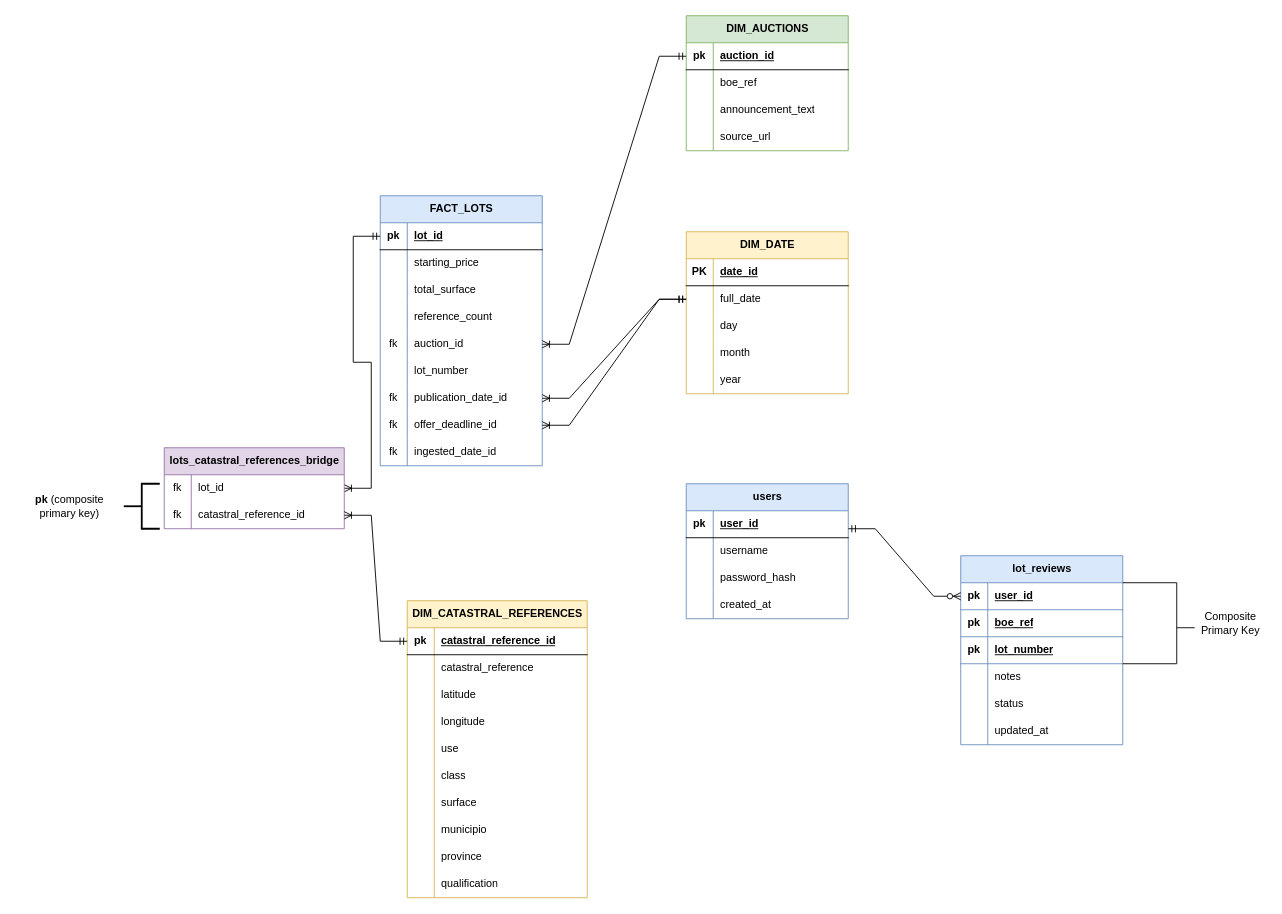
The draw.io diagram data_modeling/OLAP/3.gold/E-R.drawio in MiguelDonado/subastas_analytics, before the edit. Source tidied: cells renumbered, new cells numbered last; positions are measured from the earlier drawing's top-left corner, leaving out a move shared by most shapes. Both pictures are drawn from the tidied source at 90%, with x=0, y=0 at pixel (15, 15).
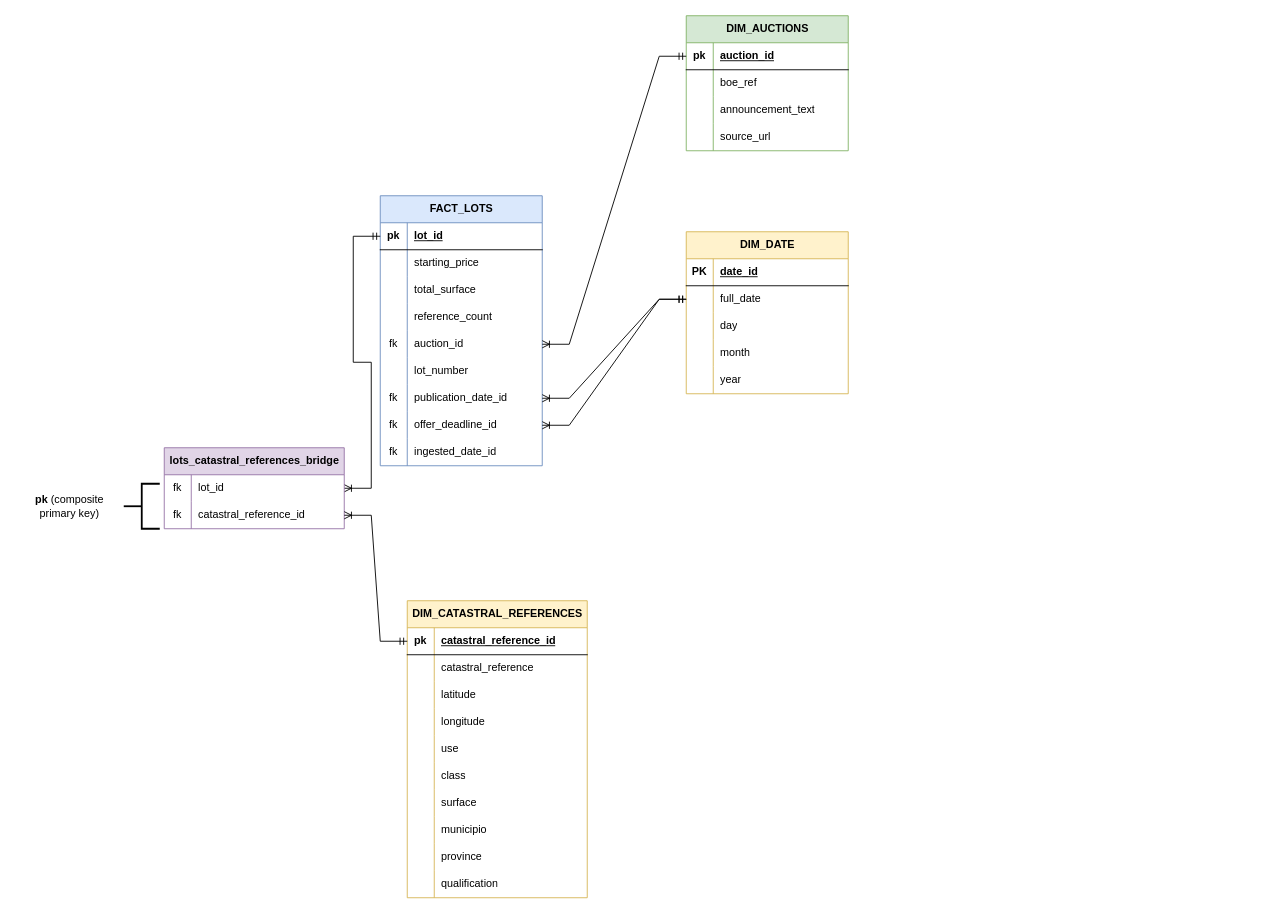
Above is the later version.

Diff of the diagram source:
```diff
@@
-    <mxCell id="104" value="users" style="shape=table;startSize=30;childLayout=tableLayout;rowLines=0;fontStyle=1;align=center;html=1;fillColor=#dae8fc;strokeColor=#6c8ebf;" parent="1" vertex="1">
-      <mxGeometry x="745" y="520" width="180" height="150" as="geometry" />
-    </mxCell>
-    <mxCell id="105" style="shape=tableRow;horizontal=0;startSize=0;swimlaneHead=0;swimlaneBody=0;fillColor=none;top=0;left=0;right=0;bottom=1;" parent="104" vertex="1">
-      <mxGeometry y="30" width="180" height="30" as="geometry" />
-    </mxCell>
-    <mxCell id="106" value="pk" style="shape=partialRectangle;fillColor=none;top=0;left=0;bottom=0;right=0;fontStyle=1;overflow=hidden;whiteSpace=wrap;html=1;" parent="105" vertex="1">
-      <mxGeometry width="30" height="30" as="geometry" />
-    </mxCell>
-    <mxCell id="107" value="user_id" style="shape=partialRectangle;fillColor=none;top=0;left=0;bottom=0;right=0;align=left;spacingLeft=6;fontStyle=5;overflow=hidden;whiteSpace=wrap;html=1;" parent="105" vertex="1">
-      <mxGeometry x="30" width="150" height="30" as="geometry" />
-    </mxCell>
-    <mxCell id="108" style="shape=tableRow;horizontal=0;startSize=0;swimlaneHead=0;swimlaneBody=0;fillColor=none;top=0;left=0;right=0;bottom=0;" parent="104" vertex="1">
-      <mxGeometry y="60" width="180" height="30" as="geometry" />
-    </mxCell>
-    <mxCell id="109" style="shape=partialRectangle;fillColor=none;top=0;left=0;bottom=0;right=0;overflow=hidden;whiteSpace=wrap;html=1;" parent="108" vertex="1">
-      <mxGeometry width="30" height="30" as="geometry" />
-    </mxCell>
-    <mxCell id="110" value="username" style="shape=partialRectangle;fillColor=none;top=0;left=0;bottom=0;right=0;align=left;spacingLeft=6;overflow=hidden;whiteSpace=wrap;html=1;" parent="108" vertex="1">
-      <mxGeometry x="30" width="150" height="30" as="geometry" />
-    </mxCell>
-    <mxCell id="111" style="shape=tableRow;horizontal=0;startSize=0;swimlaneHead=0;swimlaneBody=0;fillColor=none;top=0;left=0;right=0;bottom=0;" parent="104" vertex="1">
-      <mxGeometry y="90" width="180" height="30" as="geometry" />
-    </mxCell>
-    <mxCell id="112" style="shape=partialRectangle;fillColor=none;top=0;left=0;bottom=0;right=0;overflow=hidden;whiteSpace=wrap;html=1;" parent="111" vertex="1">
-      <mxGeometry width="30" height="30" as="geometry" />
-    </mxCell>
-    <mxCell id="113" value="password_hash" style="shape=partialRectangle;fillColor=none;top=0;left=0;bottom=0;right=0;align=left;spacingLeft=6;overflow=hidden;whiteSpace=wrap;html=1;" parent="111" vertex="1">
-      <mxGeometry x="30" width="150" height="30" as="geometry" />
-    </mxCell>
-    <mxCell id="114" style="shape=tableRow;horizontal=0;startSize=0;swimlaneHead=0;swimlaneBody=0;fillColor=none;top=0;left=0;right=0;bottom=0;" parent="104" vertex="1">
-      <mxGeometry y="120" width="180" height="30" as="geometry" />
-    </mxCell>
-    <mxCell id="115" style="shape=partialRectangle;fillColor=none;top=0;left=0;bottom=0;right=0;overflow=hidden;whiteSpace=wrap;html=1;" parent="114" vertex="1">
-      <mxGeometry width="30" height="30" as="geometry" />
-    </mxCell>
-    <mxCell id="116" value="created_at" style="shape=partialRectangle;fillColor=none;top=0;left=0;bottom=0;right=0;align=left;spacingLeft=6;overflow=hidden;whiteSpace=wrap;html=1;" parent="114" vertex="1">
-      <mxGeometry x="30" width="150" height="30" as="geometry" />
-    </mxCell>
-    <mxCell id="117" value="lot_reviews" style="shape=table;startSize=30;childLayout=tableLayout;rowLines=0;fontStyle=1;align=center;html=1;fillColor=#dae8fc;strokeColor=#6c8ebf;" parent="1" vertex="1">
-      <mxGeometry x="1050" y="600" width="180" height="210" as="geometry" />
-    </mxCell>
-    <mxCell id="118" style="shape=tableRow;horizontal=0;startSize=0;swimlaneHead=0;swimlaneBody=0;fillColor=none;points=[[0,0.5],[1,0.5]];portConstraint=eastwest;top=0;left=0;right=0;bottom=1;strokeColor=inherit;" parent="117" vertex="1">
-      <mxGeometry y="30" width="180" height="30" as="geometry" />
-    </mxCell>
-    <mxCell id="119" value="pk" style="shape=partialRectangle;fillColor=none;top=0;left=0;bottom=0;right=0;fontStyle=1;overflow=hidden;whiteSpace=wrap;html=1;" parent="118" vertex="1">
-      <mxGeometry width="30" height="30" as="geometry" />
-    </mxCell>
-    <mxCell id="120" value="user_id" style="shape=partialRectangle;fillColor=none;top=0;left=0;bottom=0;right=0;align=left;spacingLeft=6;fontStyle=5;overflow=hidden;whiteSpace=wrap;html=1;strokeColor=inherit;" parent="118" vertex="1">
-      <mxGeometry x="30" width="150" height="30" as="geometry" />
-    </mxCell>
-    <mxCell id="121" style="shape=tableRow;horizontal=0;startSize=0;swimlaneHead=0;swimlaneBody=0;fillColor=none;top=0;left=0;right=0;bottom=1;strokeColor=inherit;" parent="117" vertex="1">
-      <mxGeometry y="60" width="180" height="30" as="geometry" />
-    </mxCell>
-    <mxCell id="122" value="pk" style="shape=partialRectangle;fillColor=none;top=0;left=0;bottom=0;right=0;fontStyle=1;overflow=hidden;whiteSpace=wrap;html=1;" parent="121" vertex="1">
-      <mxGeometry width="30" height="30" as="geometry" />
-    </mxCell>
-    <mxCell id="123" value="boe_ref" style="shape=partialRectangle;fillColor=none;top=0;left=0;bottom=0;right=0;align=left;spacingLeft=6;fontStyle=5;overflow=hidden;whiteSpace=wrap;html=1;strokeColor=inherit;" parent="121" vertex="1">
-      <mxGeometry x="30" width="150" height="30" as="geometry" />
-    </mxCell>
-    <mxCell id="124" style="shape=tableRow;horizontal=0;startSize=0;swimlaneHead=0;swimlaneBody=0;fillColor=none;top=0;left=0;right=0;bottom=1;strokeColor=inherit;" parent="117" vertex="1">
-      <mxGeometry y="90" width="180" height="30" as="geometry" />
-    </mxCell>
-    <mxCell id="125" value="pk" style="shape=partialRectangle;fillColor=none;top=0;left=0;bottom=0;right=0;fontStyle=1;overflow=hidden;whiteSpace=wrap;html=1;" parent="124" vertex="1">
-      <mxGeometry width="30" height="30" as="geometry" />
-    </mxCell>
-    <mxCell id="126" value="lot_number" style="shape=partialRectangle;fillColor=none;top=0;left=0;bottom=0;right=0;align=left;spacingLeft=6;fontStyle=5;overflow=hidden;whiteSpace=wrap;html=1;strokeColor=inherit;" parent="124" vertex="1">
-      <mxGeometry x="30" width="150" height="30" as="geometry" />
-    </mxCell>
-    <mxCell id="127" style="shape=tableRow;horizontal=0;startSize=0;swimlaneHead=0;swimlaneBody=0;fillColor=none;top=0;left=0;right=0;bottom=0;" parent="117" vertex="1">
-      <mxGeometry y="120" width="180" height="30" as="geometry" />
-    </mxCell>
-    <mxCell id="128" style="shape=partialRectangle;fillColor=none;top=0;left=0;bottom=0;right=0;overflow=hidden;whiteSpace=wrap;html=1;" parent="127" vertex="1">
-      <mxGeometry width="30" height="30" as="geometry" />
-    </mxCell>
-    <mxCell id="129" value="notes" style="shape=partialRectangle;fillColor=none;top=0;left=0;bottom=0;right=0;align=left;spacingLeft=6;overflow=hidden;whiteSpace=wrap;html=1;" parent="127" vertex="1">
-      <mxGeometry x="30" width="150" height="30" as="geometry" />
-    </mxCell>
-    <mxCell id="130" style="shape=tableRow;horizontal=0;startSize=0;swimlaneHead=0;swimlaneBody=0;fillColor=none;top=0;left=0;right=0;bottom=0;" parent="117" vertex="1">
-      <mxGeometry y="150" width="180" height="30" as="geometry" />
-    </mxCell>
-    <mxCell id="131" style="shape=partialRectangle;fillColor=none;top=0;left=0;bottom=0;right=0;overflow=hidden;whiteSpace=wrap;html=1;" parent="130" vertex="1">
-      <mxGeometry width="30" height="30" as="geometry" />
-    </mxCell>
-    <mxCell id="132" value="status" style="shape=partialRectangle;fillColor=none;top=0;left=0;bottom=0;right=0;align=left;spacingLeft=6;overflow=hidden;whiteSpace=wrap;html=1;" parent="130" vertex="1">
-      <mxGeometry x="30" width="150" height="30" as="geometry" />
-    </mxCell>
-    <mxCell id="133" style="shape=tableRow;horizontal=0;startSize=0;swimlaneHead=0;swimlaneBody=0;fillColor=none;top=0;left=0;right=0;bottom=0;" parent="117" vertex="1">
-      <mxGeometry y="180" width="180" height="30" as="geometry" />
-    </mxCell>
-    <mxCell id="134" style="shape=partialRectangle;fillColor=none;top=0;left=0;bottom=0;right=0;overflow=hidden;whiteSpace=wrap;html=1;" parent="133" vertex="1">
-      <mxGeometry width="30" height="30" as="geometry" />
-    </mxCell>
-    <mxCell id="135" value="updated_at" style="shape=partialRectangle;fillColor=none;top=0;left=0;bottom=0;right=0;align=left;spacingLeft=6;overflow=hidden;whiteSpace=wrap;html=1;" parent="133" vertex="1">
-      <mxGeometry x="30" width="150" height="30" as="geometry" />
-    </mxCell>
-    <mxCell id="136" style="edgeStyle=entityRelationEdgeStyle;fontSize=12;html=1;endArrow=ERzeroToMany;startArrow=ERmandOne;rounded=0;defaultLabelBackgroundColor=page;labelPadding=0 4;entryX=0;entryY=0.5;entryDx=0;entryDy=0;" parent="1" edge="1" target="118">
-      <mxGeometry relative="1" as="geometry">
-        <mxPoint x="925" y="570" as="sourcePoint" />
-      </mxGeometry>
-    </mxCell>
-    <mxCell id="137" style="endArrow=none;html=1;rounded=0;defaultLabelBackgroundColor=page;labelPadding=0 4;" parent="1" edge="1">
-      <mxGeometry relative="1" as="geometry">
-        <mxPoint x="1230" y="630" as="sourcePoint" />
-        <mxPoint x="1290" y="630" as="targetPoint" />
-      </mxGeometry>
-    </mxCell>
-    <mxCell id="138" style="endArrow=none;html=1;rounded=0;defaultLabelBackgroundColor=page;labelPadding=0 4;" parent="1" edge="1">
-      <mxGeometry relative="1" as="geometry">
-        <mxPoint x="1230" y="720" as="sourcePoint" />
-        <mxPoint x="1290" y="720" as="targetPoint" />
-      </mxGeometry>
-    </mxCell>
-    <mxCell id="139" style="endArrow=none;html=1;rounded=0;defaultLabelBackgroundColor=page;labelPadding=0 4;" parent="1" edge="1">
-      <mxGeometry relative="1" as="geometry">
-        <mxPoint x="1290" y="630" as="sourcePoint" />
-        <mxPoint x="1290" y="720" as="targetPoint" />
-      </mxGeometry>
-    </mxCell>
-    <mxCell id="140" value="Composite Primary Key" style="text;html=1;whiteSpace=wrap;strokeColor=none;fillColor=none;align=center;verticalAlign=middle;rounded=0;" parent="1" vertex="1">
-      <mxGeometry x="1310" y="660" width="80" height="30" as="geometry" />
-    </mxCell>
-    <mxCell id="141" style="endArrow=none;html=1;rounded=0;defaultLabelBackgroundColor=page;labelPadding=0 4;" parent="1" edge="1">
-      <mxGeometry relative="1" as="geometry">
-        <mxPoint x="1290" y="680" as="sourcePoint" />
-        <mxPoint x="1310" y="680" as="targetPoint" />
-      </mxGeometry>
-    </mxCell>
```
